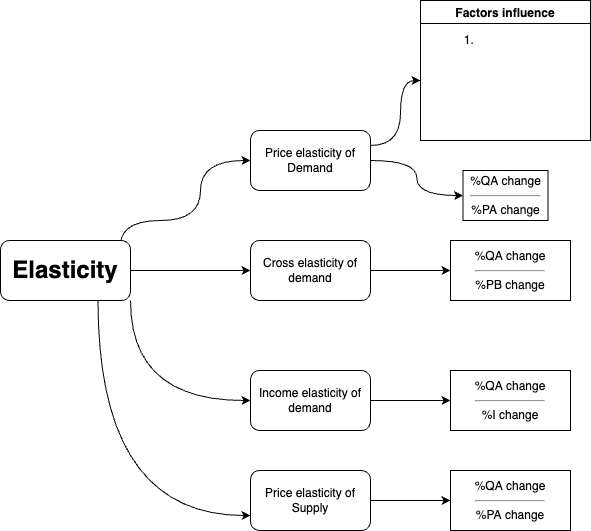
Linglei1226/Data_Science keeps this draw.io diagram as Elasticity.png. Above is the earlier version. Source tidied: cells renumbered, new cells last; positions are measured from the earlier drawing's top-left corner, leaving out a move shared by most shapes.
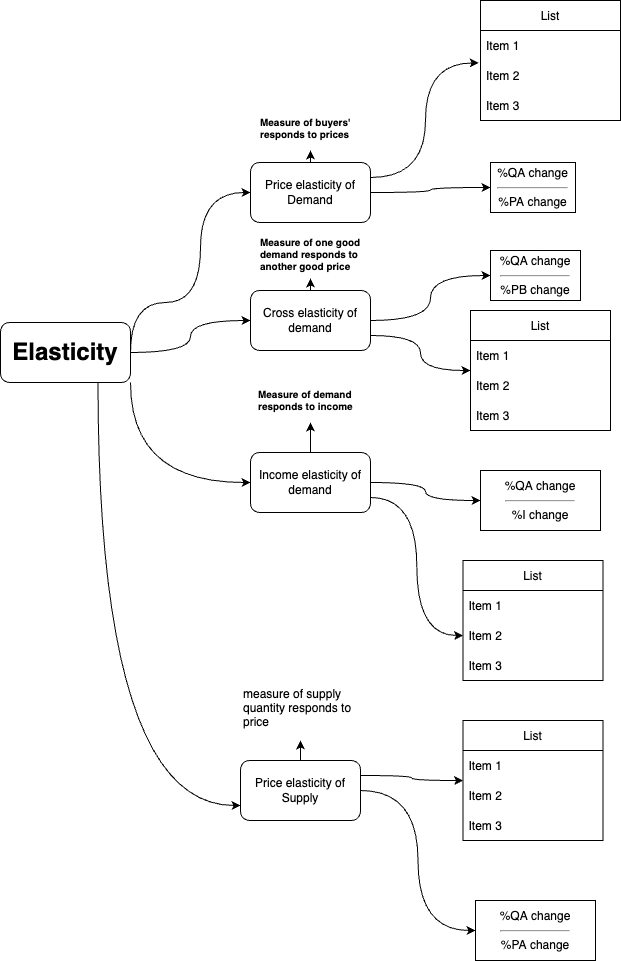
The same file after the commit.

Change to the diagram source:
```diff
@@ -2,13 +2,12 @@
   <root>
     <mxCell id="0" />
     <mxCell id="1" parent="0" />
-    <mxCell id="2" style="edgeStyle=orthogonalEdgeStyle;rounded=0;jettySize=auto;html=1;exitX=1;exitY=0.5;exitDx=0;exitDy=0;curved=1;" parent="1" edge="1" source="6">
+    <mxCell id="2" style="edgeStyle=orthogonalEdgeStyle;rounded=0;jettySize=auto;html=1;exitX=1;exitY=0.5;exitDx=0;exitDy=0;curved=1;entryX=0;entryY=0.5;entryDx=0;entryDy=0;" parent="1" edge="1" source="6" target="9">
       <mxGeometry relative="1" as="geometry">
-        <mxPoint x="250" y="160" as="targetPoint" />
         <Array as="points">
-          <mxPoint x="120" y="220" />
-          <mxPoint x="200" y="220" />
-          <mxPoint x="200" y="160" />
+          <mxPoint x="130" y="322" />
+          <mxPoint x="200" y="322" />
+          <mxPoint x="200" y="212" />
         </Array>
       </mxGeometry>
     </mxCell>
@@ -22,62 +21,127 @@
       <mxGeometry relative="1" as="geometry" />
     </mxCell>
     <mxCell id="6" value="&lt;h1&gt;Elasticity&lt;/h1&gt;" style="rounded=1;whiteSpace=wrap;html=1;" parent="1" vertex="1">
-      <mxGeometry y="240" width="130" height="60" as="geometry" />
+      <mxGeometry y="342" width="130" height="60" as="geometry" />
     </mxCell>
-    <mxCell id="7" style="rounded=0;jettySize=auto;html=1;exitX=1;exitY=0.25;exitDx=0;exitDy=0;edgeStyle=orthogonalEdgeStyle;elbow=vertical;curved=1;" parent="1" edge="1" source="9">
-      <mxGeometry relative="1" as="geometry">
-        <mxPoint x="420" y="80" as="targetPoint" />
-        <Array as="points">
-          <mxPoint x="400" y="145" />
-          <mxPoint x="400" y="80" />
-        </Array>
-      </mxGeometry>
-    </mxCell>
     <mxCell id="8" style="edgeStyle=orthogonalEdgeStyle;curved=1;rounded=0;jettySize=auto;html=1;exitX=1;exitY=0.5;exitDx=0;exitDy=0;entryX=0;entryY=0.5;entryDx=0;entryDy=0;elbow=vertical;" parent="1" edge="1" source="9" target="17">
       <mxGeometry relative="1" as="geometry" />
     </mxCell>
+    <mxCell id="22" style="edgeStyle=orthogonalEdgeStyle;curved=1;rounded=0;jettySize=auto;html=1;exitX=1;exitY=0.25;exitDx=0;exitDy=0;entryX=-0.013;entryY=0.083;entryDx=0;entryDy=0;entryPerimeter=0;elbow=vertical;" parent="1" edge="1" source="9" target="37">
+      <mxGeometry relative="1" as="geometry" />
+    </mxCell>
+    <mxCell id="23" style="edgeStyle=orthogonalEdgeStyle;curved=1;rounded=0;jettySize=auto;html=1;exitX=0.5;exitY=0;exitDx=0;exitDy=0;elbow=vertical;" parent="1" edge="1" source="9" target="47">
+      <mxGeometry relative="1" as="geometry" />
+    </mxCell>
     <mxCell id="9" value="Price elasticity of Demand" style="rounded=1;whiteSpace=wrap;html=1;" parent="1" vertex="1">
-      <mxGeometry x="250" y="130" width="120" height="60" as="geometry" />
+      <mxGeometry x="250" y="182" width="120" height="60" as="geometry" />
     </mxCell>
     <mxCell id="10" style="edgeStyle=orthogonalEdgeStyle;curved=1;rounded=0;jettySize=auto;html=1;exitX=1;exitY=0.5;exitDx=0;exitDy=0;elbow=vertical;" parent="1" edge="1" source="11" target="19">
       <mxGeometry relative="1" as="geometry" />
     </mxCell>
+    <mxCell id="24" style="edgeStyle=orthogonalEdgeStyle;curved=1;rounded=0;jettySize=auto;html=1;exitX=1;exitY=0.75;exitDx=0;exitDy=0;elbow=vertical;" parent="1" edge="1" source="11" target="31">
+      <mxGeometry relative="1" as="geometry" />
+    </mxCell>
+    <mxCell id="25" style="edgeStyle=orthogonalEdgeStyle;curved=1;rounded=0;jettySize=auto;html=1;exitX=0.5;exitY=0;exitDx=0;exitDy=0;elbow=vertical;" parent="1" edge="1" source="11" target="48">
+      <mxGeometry relative="1" as="geometry" />
+    </mxCell>
     <mxCell id="11" value="Cross elasticity of demand" style="whiteSpace=wrap;html=1;rounded=1;" parent="1" vertex="1">
-      <mxGeometry x="250" y="240" width="120" height="60" as="geometry" />
+      <mxGeometry x="250" y="310" width="120" height="60" as="geometry" />
     </mxCell>
-    <mxCell id="12" style="edgeStyle=orthogonalEdgeStyle;curved=1;rounded=0;jettySize=auto;html=1;elbow=vertical;" parent="1" edge="1" source="13">
-      <mxGeometry relative="1" as="geometry">
-        <mxPoint x="450" y="400" as="targetPoint" />
-      </mxGeometry>
-    </mxCell>
+    <mxCell id="26" style="edgeStyle=orthogonalEdgeStyle;curved=1;rounded=0;jettySize=auto;html=1;exitX=1;exitY=0.75;exitDx=0;exitDy=0;entryX=0;entryY=0.5;entryDx=0;entryDy=0;elbow=vertical;" parent="1" edge="1" source="13" target="45">
+      <mxGeometry relative="1" as="geometry" />
+    </mxCell>
+    <mxCell id="27" style="edgeStyle=orthogonalEdgeStyle;curved=1;rounded=0;jettySize=auto;html=1;exitX=1;exitY=0.5;exitDx=0;exitDy=0;entryX=0;entryY=0.5;entryDx=0;entryDy=0;elbow=vertical;" parent="1" edge="1" source="13" target="20">
+      <mxGeometry relative="1" as="geometry" />
+    </mxCell>
+    <mxCell id="28" style="edgeStyle=orthogonalEdgeStyle;curved=1;rounded=0;jettySize=auto;html=1;exitX=0.5;exitY=0;exitDx=0;exitDy=0;elbow=vertical;" parent="1" edge="1" source="13" target="49">
+      <mxGeometry relative="1" as="geometry" />
+    </mxCell>
     <mxCell id="13" value="Income elasticity of demand" style="rounded=1;whiteSpace=wrap;html=1;" parent="1" vertex="1">
-      <mxGeometry x="250" y="370" width="120" height="60" as="geometry" />
+      <mxGeometry x="250" y="472" width="120" height="60" as="geometry" />
     </mxCell>
-    <mxCell id="14" style="edgeStyle=orthogonalEdgeStyle;curved=1;rounded=0;jettySize=auto;html=1;elbow=vertical;" parent="1" edge="1" source="15">
-      <mxGeometry relative="1" as="geometry">
-        <mxPoint x="450" y="500" as="targetPoint" />
-      </mxGeometry>
+    <mxCell id="14" style="edgeStyle=orthogonalEdgeStyle;curved=1;rounded=0;jettySize=auto;html=1;elbow=vertical;entryX=0;entryY=0.5;entryDx=0;entryDy=0;" parent="1" edge="1" source="15" target="21">
+      <mxGeometry relative="1" as="geometry" />
     </mxCell>
+    <mxCell id="29" style="edgeStyle=orthogonalEdgeStyle;curved=1;rounded=0;jettySize=auto;html=1;exitX=1;exitY=0.25;exitDx=0;exitDy=0;elbow=vertical;" parent="1" edge="1" source="15" target="39">
+      <mxGeometry relative="1" as="geometry" />
+    </mxCell>
+    <mxCell id="30" style="edgeStyle=orthogonalEdgeStyle;curved=1;rounded=0;jettySize=auto;html=1;exitX=0.5;exitY=0;exitDx=0;exitDy=0;elbow=vertical;" parent="1" edge="1" source="15" target="50">
+      <mxGeometry relative="1" as="geometry" />
+    </mxCell>
     <mxCell id="15" value="Price elasticity of Supply" style="rounded=1;whiteSpace=wrap;html=1;" parent="1" vertex="1">
-      <mxGeometry x="250" y="470" width="120" height="60" as="geometry" />
+      <mxGeometry x="240" y="780" width="120" height="60" as="geometry" />
     </mxCell>
-    <mxCell id="16" value="Factors influence" style="swimlane;" parent="1" vertex="1">
-      <mxGeometry x="420" width="170" height="140" as="geometry" />
-    </mxCell>
     <mxCell id="17" value="%QA change&lt;hr&gt;%PA change" style="whiteSpace=wrap;html=1;" parent="1" vertex="1">
-      <mxGeometry x="462.5" y="170" width="85" height="50" as="geometry" />
+      <mxGeometry x="490" y="182" width="85" height="50" as="geometry" />
     </mxCell>
-    <mxCell id="18" value="1.&amp;nbsp;" style="text;html=1;align=center;verticalAlign=middle;strokeColor=none;fillColor=none;" parent="1" vertex="1">
-      <mxGeometry x="450" y="25" width="40" height="30" as="geometry" />
-    </mxCell>
     <mxCell id="19" value="%QA change&lt;hr&gt;%PB change" style="rounded=0;whiteSpace=wrap;html=1;" parent="1" vertex="1">
-      <mxGeometry x="450" y="240" width="120" height="60" as="geometry" />
+      <mxGeometry x="490" y="270" width="90" height="50" as="geometry" />
     </mxCell>
     <mxCell id="20" value="%QA change&lt;hr&gt;%I change" style="rounded=0;whiteSpace=wrap;html=1;" parent="1" vertex="1">
-      <mxGeometry x="450" y="370" width="120" height="60" as="geometry" />
+      <mxGeometry x="480" y="490" width="120" height="60" as="geometry" />
     </mxCell>
     <mxCell id="21" value="%QA change&lt;hr&gt;%PA change" style="rounded=0;whiteSpace=wrap;html=1;" parent="1" vertex="1">
-      <mxGeometry x="450" y="470" width="120" height="60" as="geometry" />
+      <mxGeometry x="475" y="920" width="120" height="60" as="geometry" />
     </mxCell>
+    <mxCell id="31" value="List" style="swimlane;fontStyle=0;horizontal=1;startSize=30;" parent="1" vertex="1">
+      <mxGeometry x="470" y="330" width="140" height="120" as="geometry" />
+    </mxCell>
+    <mxCell id="32" value="Item 1" style="text;strokeColor=none;fillColor=none;align=left;verticalAlign=middle;spacingLeft=4;spacingRight=4;overflow=hidden;" parent="31" vertex="1">
+      <mxGeometry y="30" width="140" height="30" as="geometry" />
+    </mxCell>
+    <mxCell id="33" value="Item 2" style="text;strokeColor=none;fillColor=none;align=left;verticalAlign=middle;spacingLeft=4;spacingRight=4;overflow=hidden;" parent="31" vertex="1">
+      <mxGeometry y="60" width="140" height="30" as="geometry" />
+    </mxCell>
+    <mxCell id="34" value="Item 3" style="text;strokeColor=none;fillColor=none;align=left;verticalAlign=middle;spacingLeft=4;spacingRight=4;overflow=hidden;" parent="31" vertex="1">
+      <mxGeometry y="90" width="140" height="30" as="geometry" />
+    </mxCell>
+    <mxCell id="35" value="List" style="swimlane;fontStyle=0;horizontal=1;startSize=30;" parent="1" vertex="1">
+      <mxGeometry x="480" y="20" width="140" height="120" as="geometry" />
+    </mxCell>
+    <mxCell id="36" value="Item 1" style="text;strokeColor=none;fillColor=none;align=left;verticalAlign=middle;spacingLeft=4;spacingRight=4;overflow=hidden;" parent="35" vertex="1">
+      <mxGeometry y="30" width="140" height="30" as="geometry" />
+    </mxCell>
+    <mxCell id="37" value="Item 2" style="text;strokeColor=none;fillColor=none;align=left;verticalAlign=middle;spacingLeft=4;spacingRight=4;overflow=hidden;points=[[0,0.5],[1,0.5]];portConstraint=eastwest;" parent="35" vertex="1">
+      <mxGeometry y="60" width="140" height="30" as="geometry" />
+    </mxCell>
+    <mxCell id="38" value="Item 3" style="text;strokeColor=none;fillColor=none;align=left;verticalAlign=middle;spacingLeft=4;spacingRight=4;overflow=hidden;" parent="35" vertex="1">
+      <mxGeometry y="90" width="140" height="30" as="geometry" />
+    </mxCell>
+    <mxCell id="39" value="List" style="swimlane;fontStyle=0;horizontal=1;startSize=30;" parent="1" vertex="1">
+      <mxGeometry x="462.5" y="740" width="140" height="120" as="geometry" />
+    </mxCell>
+    <mxCell id="40" value="Item 1" style="text;strokeColor=none;fillColor=none;align=left;verticalAlign=middle;spacingLeft=4;spacingRight=4;overflow=hidden;" parent="39" vertex="1">
+      <mxGeometry y="30" width="140" height="30" as="geometry" />
+    </mxCell>
+    <mxCell id="41" value="Item 2" style="text;strokeColor=none;fillColor=none;align=left;verticalAlign=middle;spacingLeft=4;spacingRight=4;overflow=hidden;" parent="39" vertex="1">
+      <mxGeometry y="60" width="140" height="30" as="geometry" />
+    </mxCell>
+    <mxCell id="42" value="Item 3" style="text;strokeColor=none;fillColor=none;align=left;verticalAlign=middle;spacingLeft=4;spacingRight=4;overflow=hidden;" parent="39" vertex="1">
+      <mxGeometry y="90" width="140" height="30" as="geometry" />
+    </mxCell>
+    <mxCell id="43" value="List" style="swimlane;fontStyle=0;horizontal=1;startSize=30;" parent="1" vertex="1">
+      <mxGeometry x="462.5" y="580" width="140" height="120" as="geometry" />
+    </mxCell>
+    <mxCell id="44" value="Item 1" style="text;strokeColor=none;fillColor=none;align=left;verticalAlign=middle;spacingLeft=4;spacingRight=4;overflow=hidden;" parent="43" vertex="1">
+      <mxGeometry y="30" width="140" height="30" as="geometry" />
+    </mxCell>
+    <mxCell id="45" value="Item 2" style="text;strokeColor=none;fillColor=none;align=left;verticalAlign=middle;spacingLeft=4;spacingRight=4;overflow=hidden;points=[[0,0.5],[1,0.5]];portConstraint=eastwest;" parent="43" vertex="1">
+      <mxGeometry y="60" width="140" height="30" as="geometry" />
+    </mxCell>
+    <mxCell id="46" value="Item 3" style="text;strokeColor=none;fillColor=none;align=left;verticalAlign=middle;spacingLeft=4;spacingRight=4;overflow=hidden;" parent="43" vertex="1">
+      <mxGeometry y="90" width="140" height="30" as="geometry" />
+    </mxCell>
+    <mxCell id="47" value="&lt;h5&gt;Measure of buyers' responds to prices&lt;/h5&gt;" style="text;html=1;strokeColor=none;fillColor=none;spacing=5;spacingTop=-20;whiteSpace=wrap;overflow=hidden;rounded=0;" parent="1" vertex="1">
+      <mxGeometry x="255" y="130" width="110" height="40" as="geometry" />
+    </mxCell>
+    <mxCell id="48" value="&lt;h5&gt;Measure of one good demand responds to another good price&amp;nbsp;&lt;/h5&gt;" style="text;html=1;strokeColor=none;fillColor=none;spacing=5;spacingTop=-20;whiteSpace=wrap;overflow=hidden;rounded=0;" parent="1" vertex="1">
+      <mxGeometry x="255" y="250" width="110" height="48" as="geometry" />
+    </mxCell>
+    <mxCell id="49" value="&lt;h5&gt;Measure of demand responds to income&lt;/h5&gt;" style="text;html=1;strokeColor=none;fillColor=none;spacing=5;spacingTop=-20;whiteSpace=wrap;overflow=hidden;rounded=0;" parent="1" vertex="1">
+      <mxGeometry x="252.6" y="402" width="114.8" height="40" as="geometry" />
+    </mxCell>
+    <mxCell id="50" value="&lt;h5&gt;&lt;span style=&quot;background-color: initial; font-size: 12px; font-weight: normal;&quot;&gt;measure of supply quantity responds to price&lt;/span&gt;&lt;/h5&gt;" style="text;html=1;strokeColor=none;fillColor=none;spacing=5;spacingTop=-20;whiteSpace=wrap;overflow=hidden;rounded=0;" parent="1" vertex="1">
+      <mxGeometry x="237.5" y="700" width="125" height="60" as="geometry" />
+    </mxCell>
   </root>
 </mxGraphModel>
```
